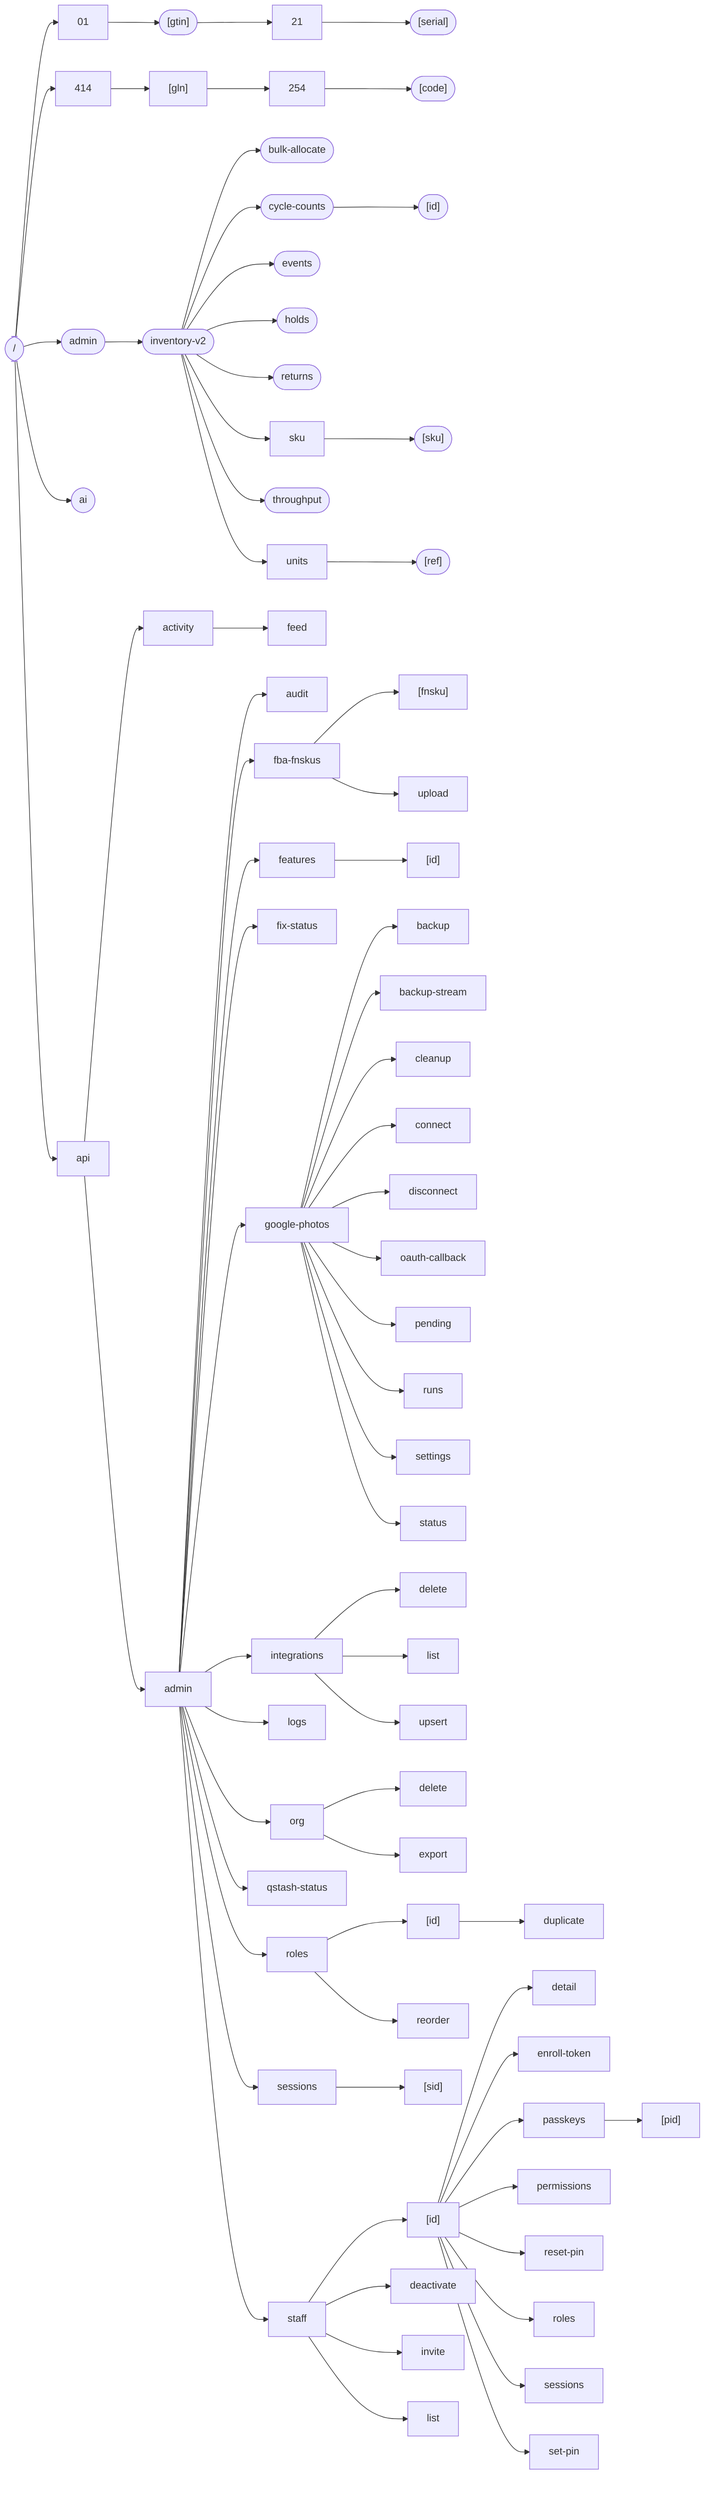
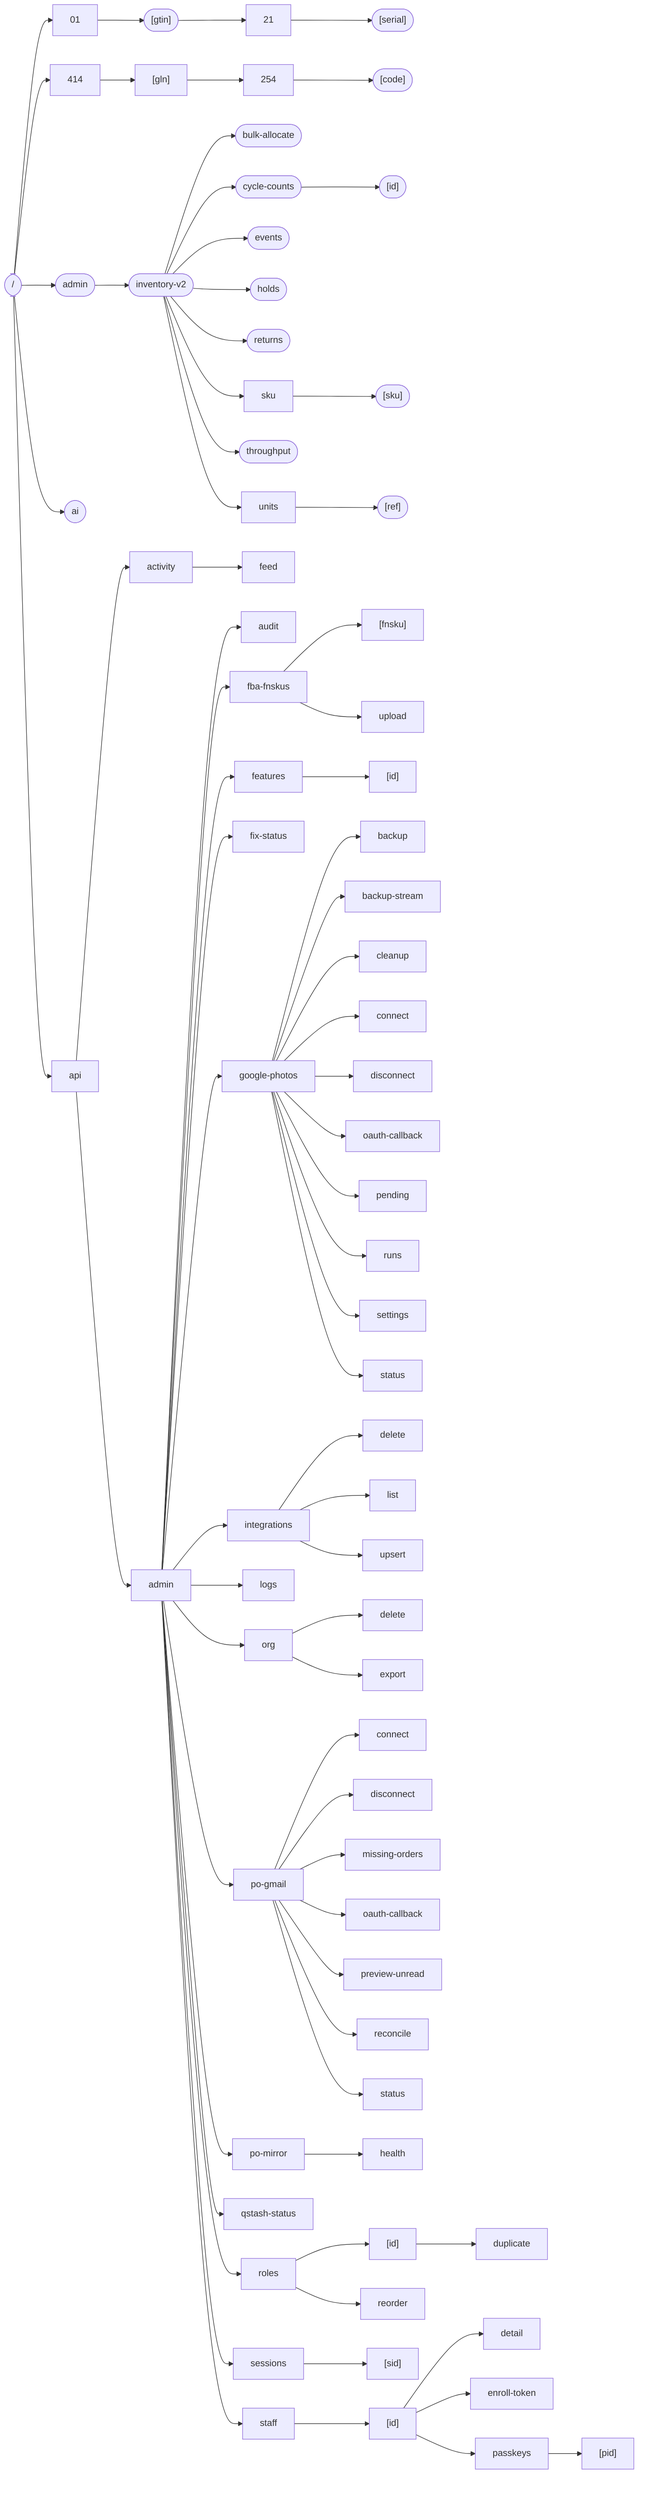
flowchart LR
  root(["/"])
  01["01"]
  root --> 01
  01__gtin(["[gtin]"])
  01 --> 01__gtin
  click 01__gtin "src/app/01/[gtin]/page.tsx" "page: src/app/01/[gtin]/page.tsx"
  01__gtin__21["21"]
  01__gtin --> 01__gtin__21
  01__gtin__21__serial(["[serial]"])
  01__gtin__21 --> 01__gtin__21__serial
  click 01__gtin__21__serial "src/app/01/[gtin]/21/[serial]/page.tsx" "page: src/app/01/[gtin]/21/[serial]/page.tsx"
  414["414"]
  root --> 414
  414__gln["[gln]"]
  414 --> 414__gln
  414__gln__254["254"]
  414__gln --> 414__gln__254
  414__gln__254__code(["[code]"])
  414__gln__254 --> 414__gln__254__code
  click 414__gln__254__code "src/app/414/[gln]/254/[code]/page.tsx" "page: src/app/414/[gln]/254/[code]/page.tsx"
  admin(["admin"])
  root --> admin
  click admin "src/app/admin/page.tsx" "page: src/app/admin/page.tsx"
  admin_inventory_v2(["inventory-v2"])
  admin --> admin_inventory_v2
  click admin_inventory_v2 "src/app/admin/inventory-v2/page.tsx" "page: src/app/admin/inventory-v2/page.tsx"
  admin_inventory_v2_bulk_allocate(["bulk-allocate"])
  admin_inventory_v2 --> admin_inventory_v2_bulk_allocate
  click admin_inventory_v2_bulk_allocate "src/app/admin/inventory-v2/bulk-allocate/page.tsx" "page: src/app/admin/inventory-v2/bulk-allocate/page.tsx"
  admin_inventory_v2_cycle_counts(["cycle-counts"])
  admin_inventory_v2 --> admin_inventory_v2_cycle_counts
  click admin_inventory_v2_cycle_counts "src/app/admin/inventory-v2/cycle-counts/page.tsx" "page: src/app/admin/inventory-v2/cycle-counts/page.tsx"
  admin_inventory_v2_cycle_counts__id(["[id]"])
  admin_inventory_v2_cycle_counts --> admin_inventory_v2_cycle_counts__id
  click admin_inventory_v2_cycle_counts__id "src/app/admin/inventory-v2/cycle-counts/[id]/page.tsx" "page: src/app/admin/inventory-v2/cycle-counts/[id]/page.tsx"
  admin_inventory_v2_events(["events"])
  admin_inventory_v2 --> admin_inventory_v2_events
  click admin_inventory_v2_events "src/app/admin/inventory-v2/events/page.tsx" "page: src/app/admin/inventory-v2/events/page.tsx"
  admin_inventory_v2_holds(["holds"])
  admin_inventory_v2 --> admin_inventory_v2_holds
  click admin_inventory_v2_holds "src/app/admin/inventory-v2/holds/page.tsx" "page: src/app/admin/inventory-v2/holds/page.tsx"
  admin_inventory_v2_returns(["returns"])
  admin_inventory_v2 --> admin_inventory_v2_returns
  click admin_inventory_v2_returns "src/app/admin/inventory-v2/returns/page.tsx" "page: src/app/admin/inventory-v2/returns/page.tsx"
  admin_inventory_v2_sku["sku"]
  admin_inventory_v2 --> admin_inventory_v2_sku
  admin_inventory_v2_sku__sku(["[sku]"])
  admin_inventory_v2_sku --> admin_inventory_v2_sku__sku
  click admin_inventory_v2_sku__sku "src/app/admin/inventory-v2/sku/[sku]/page.tsx" "page: src/app/admin/inventory-v2/sku/[sku]/page.tsx"
  admin_inventory_v2_throughput(["throughput"])
  admin_inventory_v2 --> admin_inventory_v2_throughput
  click admin_inventory_v2_throughput "src/app/admin/inventory-v2/throughput/page.tsx" "page: src/app/admin/inventory-v2/throughput/page.tsx"
  admin_inventory_v2_units["units"]
  admin_inventory_v2 --> admin_inventory_v2_units
  admin_inventory_v2_units__ref(["[ref]"])
  admin_inventory_v2_units --> admin_inventory_v2_units__ref
  click admin_inventory_v2_units__ref "src/app/admin/inventory-v2/units/[ref]/page.tsx" "page: src/app/admin/inventory-v2/units/[ref]/page.tsx"
  ai(["ai"])
  root --> ai
  click ai "src/app/ai/page.tsx" "page: src/app/ai/page.tsx"
  api["api"]
  root --> api
  api_activity["activity"]
  api --> api_activity
  api_activity_feed["feed"]
  api_activity --> api_activity_feed
  click api_activity_feed "src/app/api/activity/feed/route.ts" "route: src/app/api/activity/feed/route.ts"
  api_admin["admin"]
  api --> api_admin
  api_admin_audit["audit"]
  api_admin --> api_admin_audit
  click api_admin_audit "src/app/api/admin/audit/route.ts" "route: src/app/api/admin/audit/route.ts"
  api_admin_fba_fnskus["fba-fnskus"]
  api_admin --> api_admin_fba_fnskus
  click api_admin_fba_fnskus "src/app/api/admin/fba-fnskus/route.ts" "route: src/app/api/admin/fba-fnskus/route.ts"
  api_admin_fba_fnskus__fnsku["[fnsku]"]
  api_admin_fba_fnskus --> api_admin_fba_fnskus__fnsku
  click api_admin_fba_fnskus__fnsku "src/app/api/admin/fba-fnskus/[fnsku]/route.ts" "route: src/app/api/admin/fba-fnskus/[fnsku]/route.ts"
  api_admin_fba_fnskus_upload["upload"]
  api_admin_fba_fnskus --> api_admin_fba_fnskus_upload
  click api_admin_fba_fnskus_upload "src/app/api/admin/fba-fnskus/upload/route.ts" "route: src/app/api/admin/fba-fnskus/upload/route.ts"
  api_admin_features["features"]
  api_admin --> api_admin_features
  click api_admin_features "src/app/api/admin/features/route.ts" "route: src/app/api/admin/features/route.ts"
  api_admin_features__id["[id]"]
  api_admin_features --> api_admin_features__id
  click api_admin_features__id "src/app/api/admin/features/[id]/route.ts" "route: src/app/api/admin/features/[id]/route.ts"
  api_admin_fix_status["fix-status"]
  api_admin --> api_admin_fix_status
  click api_admin_fix_status "src/app/api/admin/fix-status/route.ts" "route: src/app/api/admin/fix-status/route.ts"
  api_admin_google_photos["google-photos"]
  api_admin --> api_admin_google_photos
  api_admin_google_photos_backup["backup"]
  api_admin_google_photos --> api_admin_google_photos_backup
  click api_admin_google_photos_backup "src/app/api/admin/google-photos/backup/route.ts" "route: src/app/api/admin/google-photos/backup/route.ts"
  api_admin_google_photos_backup_stream["backup-stream"]
  api_admin_google_photos --> api_admin_google_photos_backup_stream
  click api_admin_google_photos_backup_stream "src/app/api/admin/google-photos/backup-stream/route.ts" "route: src/app/api/admin/google-photos/backup-stream/route.ts"
  api_admin_google_photos_cleanup["cleanup"]
  api_admin_google_photos --> api_admin_google_photos_cleanup
  click api_admin_google_photos_cleanup "src/app/api/admin/google-photos/cleanup/route.ts" "route: src/app/api/admin/google-photos/cleanup/route.ts"
  api_admin_google_photos_connect["connect"]
  api_admin_google_photos --> api_admin_google_photos_connect
  click api_admin_google_photos_connect "src/app/api/admin/google-photos/connect/route.ts" "route: src/app/api/admin/google-photos/connect/route.ts"
  api_admin_google_photos_disconnect["disconnect"]
  api_admin_google_photos --> api_admin_google_photos_disconnect
  click api_admin_google_photos_disconnect "src/app/api/admin/google-photos/disconnect/route.ts" "route: src/app/api/admin/google-photos/disconnect/route.ts"
  api_admin_google_photos_oauth_callback["oauth-callback"]
  api_admin_google_photos --> api_admin_google_photos_oauth_callback
  click api_admin_google_photos_oauth_callback "src/app/api/admin/google-photos/oauth-callback/route.ts" "route: src/app/api/admin/google-photos/oauth-callback/route.ts"
  api_admin_google_photos_pending["pending"]
  api_admin_google_photos --> api_admin_google_photos_pending
  click api_admin_google_photos_pending "src/app/api/admin/google-photos/pending/route.ts" "route: src/app/api/admin/google-photos/pending/route.ts"
  api_admin_google_photos_runs["runs"]
  api_admin_google_photos --> api_admin_google_photos_runs
  click api_admin_google_photos_runs "src/app/api/admin/google-photos/runs/route.ts" "route: src/app/api/admin/google-photos/runs/route.ts"
  api_admin_google_photos_settings["settings"]
  api_admin_google_photos --> api_admin_google_photos_settings
  click api_admin_google_photos_settings "src/app/api/admin/google-photos/settings/route.ts" "route: src/app/api/admin/google-photos/settings/route.ts"
  api_admin_google_photos_status["status"]
  api_admin_google_photos --> api_admin_google_photos_status
  click api_admin_google_photos_status "src/app/api/admin/google-photos/status/route.ts" "route: src/app/api/admin/google-photos/status/route.ts"
  api_admin_integrations["integrations"]
  api_admin --> api_admin_integrations
  api_admin_integrations_delete["delete"]
  api_admin_integrations --> api_admin_integrations_delete
  click api_admin_integrations_delete "src/app/api/admin/integrations/delete/route.ts" "route: src/app/api/admin/integrations/delete/route.ts"
  api_admin_integrations_list["list"]
  api_admin_integrations --> api_admin_integrations_list
  click api_admin_integrations_list "src/app/api/admin/integrations/list/route.ts" "route: src/app/api/admin/integrations/list/route.ts"
  api_admin_integrations_upsert["upsert"]
  api_admin_integrations --> api_admin_integrations_upsert
  click api_admin_integrations_upsert "src/app/api/admin/integrations/upsert/route.ts" "route: src/app/api/admin/integrations/upsert/route.ts"
  api_admin_logs["logs"]
  api_admin --> api_admin_logs
  click api_admin_logs "src/app/api/admin/logs/route.ts" "route: src/app/api/admin/logs/route.ts"
  api_admin_org["org"]
  api_admin --> api_admin_org
  api_admin_org_delete["delete"]
  api_admin_org --> api_admin_org_delete
  click api_admin_org_delete "src/app/api/admin/org/delete/route.ts" "route: src/app/api/admin/org/delete/route.ts"
  api_admin_org_export["export"]
  api_admin_org --> api_admin_org_export
  click api_admin_org_export "src/app/api/admin/org/export/route.ts" "route: src/app/api/admin/org/export/route.ts"
+   api_admin_po_gmail["po-gmail"]
+   api_admin --> api_admin_po_gmail
+   api_admin_po_gmail_connect["connect"]
+   api_admin_po_gmail --> api_admin_po_gmail_connect
+   click api_admin_po_gmail_connect "src/app/api/admin/po-gmail/connect/route.ts" "route: src/app/api/admin/po-gmail/connect/route.ts"
+   api_admin_po_gmail_disconnect["disconnect"]
+   api_admin_po_gmail --> api_admin_po_gmail_disconnect
+   click api_admin_po_gmail_disconnect "src/app/api/admin/po-gmail/disconnect/route.ts" "route: src/app/api/admin/po-gmail/disconnect/route.ts"
+   api_admin_po_gmail_missing_orders["missing-orders"]
+   api_admin_po_gmail --> api_admin_po_gmail_missing_orders
+   click api_admin_po_gmail_missing_orders "src/app/api/admin/po-gmail/missing-orders/route.ts" "route: src/app/api/admin/po-gmail/missing-orders/route.ts"
+   api_admin_po_gmail_oauth_callback["oauth-callback"]
+   api_admin_po_gmail --> api_admin_po_gmail_oauth_callback
+   click api_admin_po_gmail_oauth_callback "src/app/api/admin/po-gmail/oauth-callback/route.ts" "route: src/app/api/admin/po-gmail/oauth-callback/route.ts"
+   api_admin_po_gmail_preview_unread["preview-unread"]
+   api_admin_po_gmail --> api_admin_po_gmail_preview_unread
+   click api_admin_po_gmail_preview_unread "src/app/api/admin/po-gmail/preview-unread/route.ts" "route: src/app/api/admin/po-gmail/preview-unread/route.ts"
+   api_admin_po_gmail_reconcile["reconcile"]
+   api_admin_po_gmail --> api_admin_po_gmail_reconcile
+   click api_admin_po_gmail_reconcile "src/app/api/admin/po-gmail/reconcile/route.ts" "route: src/app/api/admin/po-gmail/reconcile/route.ts"
+   api_admin_po_gmail_status["status"]
+   api_admin_po_gmail --> api_admin_po_gmail_status
+   click api_admin_po_gmail_status "src/app/api/admin/po-gmail/status/route.ts" "route: src/app/api/admin/po-gmail/status/route.ts"
+   api_admin_po_mirror["po-mirror"]
+   api_admin --> api_admin_po_mirror
+   api_admin_po_mirror_health["health"]
+   api_admin_po_mirror --> api_admin_po_mirror_health
+   click api_admin_po_mirror_health "src/app/api/admin/po-mirror/health/route.ts" "route: src/app/api/admin/po-mirror/health/route.ts"
  api_admin_qstash_status["qstash-status"]
  api_admin --> api_admin_qstash_status
  click api_admin_qstash_status "src/app/api/admin/qstash-status/route.ts" "route: src/app/api/admin/qstash-status/route.ts"
  api_admin_roles["roles"]
  api_admin --> api_admin_roles
  click api_admin_roles "src/app/api/admin/roles/route.ts" "route: src/app/api/admin/roles/route.ts"
  api_admin_roles__id["[id]"]
  api_admin_roles --> api_admin_roles__id
  click api_admin_roles__id "src/app/api/admin/roles/[id]/route.ts" "route: src/app/api/admin/roles/[id]/route.ts"
  api_admin_roles__id__duplicate["duplicate"]
  api_admin_roles__id --> api_admin_roles__id__duplicate
  click api_admin_roles__id__duplicate "src/app/api/admin/roles/[id]/duplicate/route.ts" "route: src/app/api/admin/roles/[id]/duplicate/route.ts"
  api_admin_roles_reorder["reorder"]
  api_admin_roles --> api_admin_roles_reorder
  click api_admin_roles_reorder "src/app/api/admin/roles/reorder/route.ts" "route: src/app/api/admin/roles/reorder/route.ts"
  api_admin_sessions["sessions"]
  api_admin --> api_admin_sessions
  click api_admin_sessions "src/app/api/admin/sessions/route.ts" "route: src/app/api/admin/sessions/route.ts"
  api_admin_sessions__sid["[sid]"]
  api_admin_sessions --> api_admin_sessions__sid
  click api_admin_sessions__sid "src/app/api/admin/sessions/[sid]/route.ts" "route: src/app/api/admin/sessions/[sid]/route.ts"
  api_admin_staff["staff"]
  api_admin --> api_admin_staff
  click api_admin_staff "src/app/api/admin/staff/route.ts" "route: src/app/api/admin/staff/route.ts"
  api_admin_staff__id["[id]"]
  api_admin_staff --> api_admin_staff__id
  click api_admin_staff__id "src/app/api/admin/staff/[id]/route.ts" "route: src/app/api/admin/staff/[id]/route.ts"
  api_admin_staff__id__detail["detail"]
  api_admin_staff__id --> api_admin_staff__id__detail
  click api_admin_staff__id__detail "src/app/api/admin/staff/[id]/detail/route.ts" "route: src/app/api/admin/staff/[id]/detail/route.ts"
  api_admin_staff__id__enroll_token["enroll-token"]
  api_admin_staff__id --> api_admin_staff__id__enroll_token
  click api_admin_staff__id__enroll_token "src/app/api/admin/staff/[id]/enroll-token/route.ts" "route: src/app/api/admin/staff/[id]/enroll-token/route.ts"
  api_admin_staff__id__passkeys["passkeys"]
  api_admin_staff__id --> api_admin_staff__id__passkeys
  click api_admin_staff__id__passkeys "src/app/api/admin/staff/[id]/passkeys/route.ts" "route: src/app/api/admin/staff/[id]/passkeys/route.ts"
  api_admin_staff__id__passkeys__pid["[pid]"]
  api_admin_staff__id__passkeys --> api_admin_staff__id__passkeys__pid
-   click api_admin_staff__id__passkeys__pid "src/app/api/admin/staff/[id]/passkeys/[pid]/route.ts" "route: src/app/api/admin/staff/[id]/passkeys/[pid]/route.ts"
-   api_admin_staff__id__permissions["permissions"]
-   api_admin_staff__id --> api_admin_staff__id__permissions
-   click api_admin_staff__id__permissions "src/app/api/admin/staff/[id]/permissions/route.ts" "route: src/app/api/admin/staff/[id]/permissions/route.ts"
-   api_admin_staff__id__reset_pin["reset-pin"]
-   api_admin_staff__id --> api_admin_staff__id__reset_pin
-   click api_admin_staff__id__reset_pin "src/app/api/admin/staff/[id]/reset-pin/route.ts" "route: src/app/api/admin/staff/[id]/reset-pin/route.ts"
-   api_admin_staff__id__roles["roles"]
-   api_admin_staff__id --> api_admin_staff__id__roles
-   click api_admin_staff__id__roles "src/app/api/admin/staff/[id]/roles/route.ts" "route: src/app/api/admin/staff/[id]/roles/route.ts"
-   api_admin_staff__id__sessions["sessions"]
-   api_admin_staff__id --> api_admin_staff__id__sessions
-   click api_admin_staff__id__sessions "src/app/api/admin/staff/[id]/sessions/route.ts" "route: src/app/api/admin/staff/[id]/sessions/route.ts"
-   api_admin_staff__id__set_pin["set-pin"]
-   api_admin_staff__id --> api_admin_staff__id__set_pin
-   click api_admin_staff__id__set_pin "src/app/api/admin/staff/[id]/set-pin/route.ts" "route: src/app/api/admin/staff/[id]/set-pin/route.ts"
-   api_admin_staff_deactivate["deactivate"]
-   api_admin_staff --> api_admin_staff_deactivate
-   click api_admin_staff_deactivate "src/app/api/admin/staff/deactivate/route.ts" "route: src/app/api/admin/staff/deactivate/route.ts"
-   api_admin_staff_invite["invite"]
-   api_admin_staff --> api_admin_staff_invite
-   click api_admin_staff_invite "src/app/api/admin/staff/invite/route.ts" "route: src/app/api/admin/staff/invite/route.ts"
-   api_admin_staff_list["list"]
-   api_admin_staff --> api_admin_staff_list
-   click api_admin_staff_list "src/app/api/admin/staff/list/route.ts" "route: src/app/api/admin/staff/list/route.ts"+   click api_admin_staff__id__passkeys__pid "src/app/api/admin/staff/[id]/passkeys/[pid]/route.ts" "route: src/app/api/admin/staff/[id]/passkeys/[pid]/route.ts"